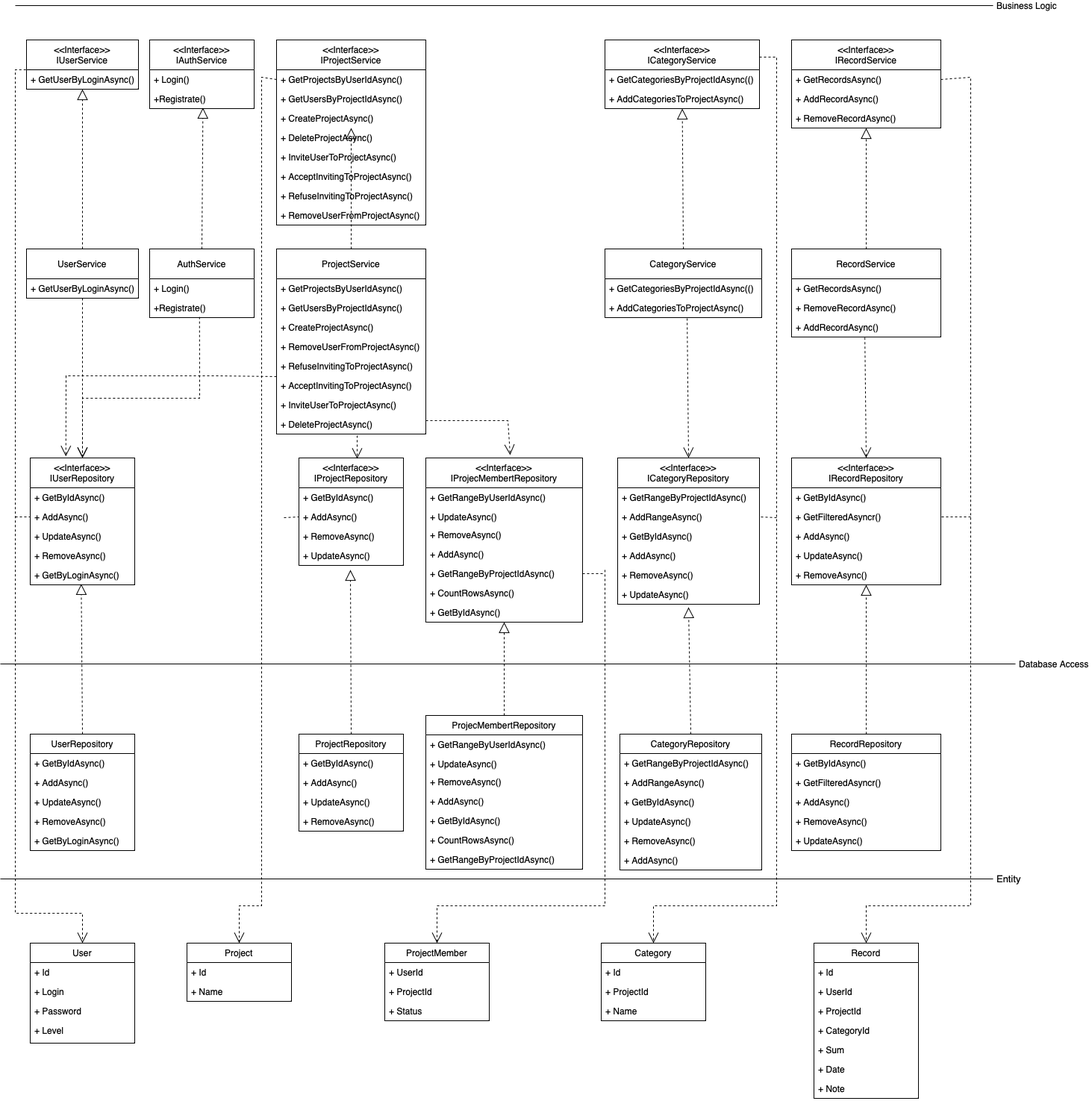
anorien03/bmstu-iu7-ppo keeps this draw.io diagram as docs/img/uml_diag.drawio.png. Above is the earlier version. Source tidied: cells renumbered, new cells last; positions are measured from the earlier drawing's top-left corner, leaving out a move shared by most shapes.
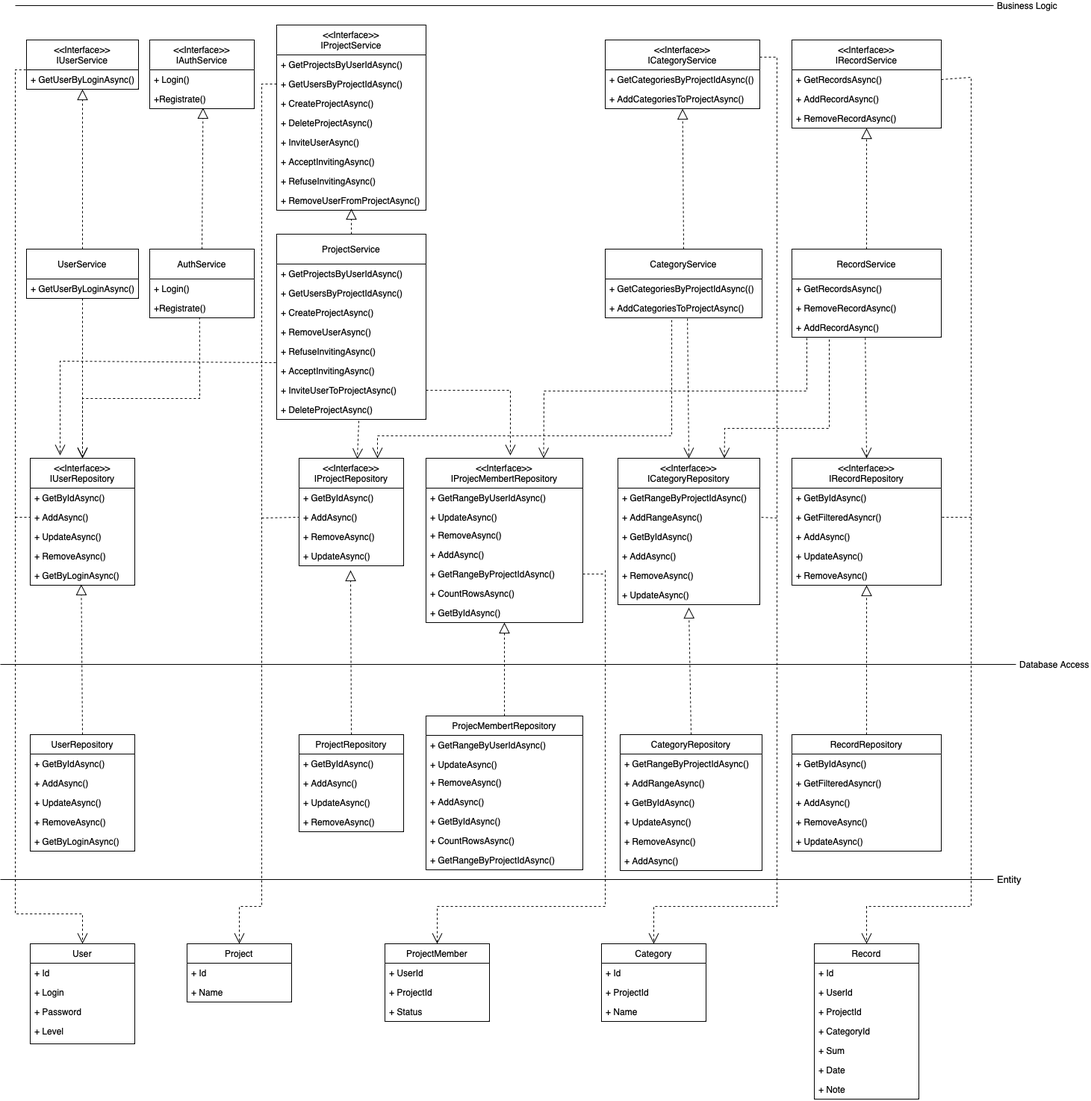
After the commit.

Commit message:
Изменение uml диаграммы

The edit, as a diff of the source:
```diff
@@ -273,7 +273,7 @@
       <mxGeometry y="40" width="150" height="26" as="geometry" />
     </mxCell>
     <mxCell id="92" value="&amp;lt;&amp;lt;Interface&amp;gt;&amp;gt;&lt;div&gt;IProjectService&lt;/div&gt;" style="swimlane;fontStyle=0;horizontal=1;startSize=40;fillColor=none;whiteSpace=wrap;html=1;" parent="1" vertex="1">
-      <mxGeometry x="370" y="50" width="200" height="248" as="geometry" />
+      <mxGeometry x="370" y="30" width="200" height="248" as="geometry" />
     </mxCell>
     <mxCell id="93" value="+ GetProjectsByUserIdAsync()" style="text;strokeColor=none;fillColor=none;align=left;verticalAlign=top;spacingLeft=4;spacingRight=4;overflow=hidden;points=[[0,0.5],[1,0.5]];portConstraint=eastwest;whiteSpace=wrap;html=1;" parent="92" vertex="1">
       <mxGeometry y="40" width="200" height="26" as="geometry" />
@@ -287,13 +287,13 @@
     <mxCell id="96" value="+ DeleteProjectAsync()&lt;div&gt;&lt;br&gt;&lt;/div&gt;" style="text;strokeColor=none;fillColor=none;align=left;verticalAlign=top;spacingLeft=4;spacingRight=4;overflow=hidden;whiteSpace=wrap;html=1;" parent="92" vertex="1">
       <mxGeometry y="118" width="200" height="26" as="geometry" />
     </mxCell>
-    <mxCell id="97" value="+ InviteUserToProjectAsync()" style="text;strokeColor=none;fillColor=none;align=left;verticalAlign=top;spacingLeft=4;spacingRight=4;overflow=hidden;whiteSpace=wrap;html=1;" parent="92" vertex="1">
+    <mxCell id="97" value="+ InviteUserAsync()" style="text;strokeColor=none;fillColor=none;align=left;verticalAlign=top;spacingLeft=4;spacingRight=4;overflow=hidden;whiteSpace=wrap;html=1;" parent="92" vertex="1">
       <mxGeometry y="144" width="200" height="26" as="geometry" />
     </mxCell>
-    <mxCell id="98" value="+ AcceptInvitingToProjectAsync()" style="text;strokeColor=none;fillColor=none;align=left;verticalAlign=top;spacingLeft=4;spacingRight=4;overflow=hidden;whiteSpace=wrap;html=1;" parent="92" vertex="1">
+    <mxCell id="98" value="+ AcceptInvitingAsync()" style="text;strokeColor=none;fillColor=none;align=left;verticalAlign=top;spacingLeft=4;spacingRight=4;overflow=hidden;whiteSpace=wrap;html=1;" parent="92" vertex="1">
       <mxGeometry y="170" width="200" height="26" as="geometry" />
     </mxCell>
-    <mxCell id="99" value="+ RefuseInvitingToProjectAsync()" style="text;strokeColor=none;fillColor=none;align=left;verticalAlign=top;spacingLeft=4;spacingRight=4;overflow=hidden;whiteSpace=wrap;html=1;" parent="92" vertex="1">
+    <mxCell id="99" value="+ RefuseInvitingAsync()" style="text;strokeColor=none;fillColor=none;align=left;verticalAlign=top;spacingLeft=4;spacingRight=4;overflow=hidden;whiteSpace=wrap;html=1;" parent="92" vertex="1">
       <mxGeometry y="196" width="200" height="26" as="geometry" />
     </mxCell>
     <mxCell id="100" value="+ RemoveUserFromProjectAsync()" style="text;strokeColor=none;fillColor=none;align=left;verticalAlign=top;spacingLeft=4;spacingRight=4;overflow=hidden;points=[[0,0.5],[1,0.5]];portConstraint=eastwest;whiteSpace=wrap;html=1;" parent="92" vertex="1">
@@ -336,7 +336,7 @@
       <mxGeometry y="40" width="150" height="26" as="geometry" />
     </mxCell>
     <mxCell id="113" value="ProjectService" style="swimlane;fontStyle=0;horizontal=1;startSize=40;fillColor=none;whiteSpace=wrap;html=1;" parent="1" vertex="1">
-      <mxGeometry x="370" y="330" width="200" height="248" as="geometry" />
+      <mxGeometry x="370" y="310" width="200" height="248" as="geometry" />
     </mxCell>
     <mxCell id="114" value="+ GetProjectsByUserIdAsync()" style="text;strokeColor=none;fillColor=none;align=left;verticalAlign=top;spacingLeft=4;spacingRight=4;overflow=hidden;whiteSpace=wrap;html=1;" parent="113" vertex="1">
       <mxGeometry y="40" width="200" height="26" as="geometry" />
@@ -347,13 +347,13 @@
     <mxCell id="116" value="+ CreateProjectAsync()&lt;div&gt;&lt;br&gt;&lt;/div&gt;" style="text;strokeColor=none;fillColor=none;align=left;verticalAlign=top;spacingLeft=4;spacingRight=4;overflow=hidden;whiteSpace=wrap;html=1;" parent="113" vertex="1">
       <mxGeometry y="92" width="200" height="26" as="geometry" />
     </mxCell>
-    <mxCell id="117" value="+ RemoveUserFromProjectAsync()" style="text;strokeColor=none;fillColor=none;align=left;verticalAlign=top;spacingLeft=4;spacingRight=4;overflow=hidden;whiteSpace=wrap;html=1;" parent="113" vertex="1">
+    <mxCell id="117" value="+ RemoveUserAsync()" style="text;strokeColor=none;fillColor=none;align=left;verticalAlign=top;spacingLeft=4;spacingRight=4;overflow=hidden;whiteSpace=wrap;html=1;" parent="113" vertex="1">
       <mxGeometry y="118" width="200" height="26" as="geometry" />
     </mxCell>
-    <mxCell id="118" value="+ RefuseInvitingToProjectAsync()" style="text;strokeColor=none;fillColor=none;align=left;verticalAlign=top;spacingLeft=4;spacingRight=4;overflow=hidden;points=[[0,0.5],[1,0.5]];portConstraint=eastwest;whiteSpace=wrap;html=1;" parent="113" vertex="1">
+    <mxCell id="118" value="+ RefuseInvitingAsync()" style="text;strokeColor=none;fillColor=none;align=left;verticalAlign=top;spacingLeft=4;spacingRight=4;overflow=hidden;points=[[0,0.5],[1,0.5]];portConstraint=eastwest;whiteSpace=wrap;html=1;" parent="113" vertex="1">
       <mxGeometry y="144" width="200" height="26" as="geometry" />
     </mxCell>
-    <mxCell id="119" value="+ AcceptInvitingToProjectAsync()" style="text;strokeColor=none;fillColor=none;align=left;verticalAlign=top;spacingLeft=4;spacingRight=4;overflow=hidden;points=[[0,0.5],[1,0.5]];portConstraint=eastwest;whiteSpace=wrap;html=1;" parent="113" vertex="1">
+    <mxCell id="119" value="+ AcceptInvitingAsync()" style="text;strokeColor=none;fillColor=none;align=left;verticalAlign=top;spacingLeft=4;spacingRight=4;overflow=hidden;points=[[0,0.5],[1,0.5]];portConstraint=eastwest;whiteSpace=wrap;html=1;" parent="113" vertex="1">
       <mxGeometry y="170" width="200" height="26" as="geometry" />
     </mxCell>
     <mxCell id="120" value="+ InviteUserToProjectAsync()" style="text;strokeColor=none;fillColor=none;align=left;verticalAlign=top;spacingLeft=4;spacingRight=4;overflow=hidden;points=[[0,0.5],[1,0.5]];portConstraint=eastwest;whiteSpace=wrap;html=1;" parent="113" vertex="1">
@@ -419,7 +419,7 @@
     <mxCell id="138" style="endArrow=block;dashed=1;endFill=0;endSize=12;html=1;rounded=0;exitX=0.5;exitY=0;exitDx=0;exitDy=0;" parent="1" edge="1" source="122" target="103">
       <mxGeometry relative="1" as="geometry" />
     </mxCell>
-    <mxCell id="139" style="endArrow=block;dashed=1;endFill=0;endSize=12;html=1;rounded=0;exitX=0.5;exitY=0;exitDx=0;exitDy=0;" parent="1" edge="1" source="113" target="95">
+    <mxCell id="139" style="endArrow=block;dashed=1;endFill=0;endSize=12;html=1;rounded=0;exitX=0.5;exitY=0;exitDx=0;exitDy=0;entryX=0.5;entryY=0.923;entryDx=0;entryDy=0;entryPerimeter=0;" parent="1" edge="1" source="113" target="100">
       <mxGeometry relative="1" as="geometry" />
     </mxCell>
     <mxCell id="140" style="endArrow=block;dashed=1;endFill=0;endSize=12;html=1;rounded=0;exitX=0.5;exitY=0;exitDx=0;exitDy=0;entryX=0.51;entryY=0.955;entryDx=0;entryDy=0;entryPerimeter=0;" parent="1" edge="1" source="129" target="110">
@@ -441,22 +441,21 @@
     </mxCell>
     <mxCell id="144" style="endArrow=open;endSize=12;dashed=1;html=1;rounded=0;entryX=0.557;entryY=0.007;entryDx=0;entryDy=0;entryPerimeter=0;" parent="1" edge="1" target="64">
       <mxGeometry relative="1" as="geometry">
-        <mxPoint x="478" y="580" as="sourcePoint" />
+        <mxPoint x="480" y="560" as="sourcePoint" />
       </mxGeometry>
     </mxCell>
-    <mxCell id="145" style="endArrow=open;endSize=12;dashed=1;html=1;rounded=0;entryX=0.341;entryY=-0.013;entryDx=0;entryDy=0;entryPerimeter=0;exitX=0;exitY=1.038;exitDx=0;exitDy=0;exitPerimeter=0;" parent="1" edge="1" source="118" target="58">
+    <mxCell id="145" style="endArrow=open;endSize=12;dashed=1;html=1;rounded=0;exitX=-0.005;exitY=0.077;exitDx=0;exitDy=0;exitPerimeter=0;" parent="1" edge="1" source="119">
       <mxGeometry relative="1" as="geometry">
+        <mxPoint x="80" y="606" as="targetPoint" />
         <Array as="points">
-          <mxPoint x="290" y="500" />
-          <mxPoint x="88" y="500" />
+          <mxPoint x="80" y="480" />
         </Array>
       </mxGeometry>
     </mxCell>
-    <mxCell id="146" style="endArrow=open;endSize=12;dashed=1;html=1;rounded=0;entryX=0.538;entryY=-0.018;entryDx=0;entryDy=0;entryPerimeter=0;" parent="1" edge="1" target="69">
+    <mxCell id="146" style="endArrow=open;endSize=12;dashed=1;html=1;rounded=0;entryX=0.538;entryY=-0.018;entryDx=0;entryDy=0;entryPerimeter=0;exitX=1;exitY=0.5;exitDx=0;exitDy=0;" parent="1" edge="1" source="120" target="69">
       <mxGeometry relative="1" as="geometry">
-        <mxPoint x="570" y="560" as="sourcePoint" />
         <Array as="points">
-          <mxPoint x="680" y="560" />
+          <mxPoint x="683" y="519" />
         </Array>
       </mxGeometry>
     </mxCell>
@@ -480,10 +479,10 @@
         </Array>
       </mxGeometry>
     </mxCell>
-    <mxCell id="150" style="endArrow=open;endSize=12;dashed=1;html=1;rounded=0;exitX=0;exitY=0.5;exitDx=0;exitDy=0;entryX=0.5;entryY=0;entryDx=0;entryDy=0;" parent="1" edge="1" source="93" target="7">
+    <mxCell id="150" style="endArrow=open;endSize=12;dashed=1;html=1;rounded=0;exitX=0;exitY=0.5;exitDx=0;exitDy=0;entryX=0.5;entryY=0;entryDx=0;entryDy=0;" parent="1" edge="1" source="94" target="7">
       <mxGeometry relative="1" as="geometry">
         <Array as="points">
-          <mxPoint x="350" y="100" />
+          <mxPoint x="350" y="109" />
           <mxPoint x="350" y="1210" />
           <mxPoint x="320" y="1210" />
         </Array>
@@ -534,7 +533,7 @@
     </mxCell>
     <mxCell id="157" style="endArrow=none;dashed=1;html=1;rounded=0;entryX=0;entryY=0.5;entryDx=0;entryDy=0;" parent="1" edge="1">
       <mxGeometry relative="1" as="geometry">
-        <mxPoint x="380" y="690" as="sourcePoint" />
+        <mxPoint x="350" y="690" as="sourcePoint" />
         <mxPoint x="400" y="689" as="targetPoint" />
       </mxGeometry>
     </mxCell>
@@ -552,5 +551,29 @@
     <mxCell id="161" value="Business Logic" style="line;strokeWidth=1;fillColor=none;align=left;verticalAlign=middle;spacingTop=-1;spacingLeft=3;spacingRight=3;labelPosition=right;strokeColor=inherit;" parent="1" vertex="1">
       <mxGeometry x="20" width="1310" height="8" as="geometry" />
     </mxCell>
+    <mxCell id="162" style="endArrow=open;endSize=12;dashed=1;html=1;rounded=0;entryX=0.75;entryY=0;entryDx=0;entryDy=0;exitX=0.424;exitY=1.115;exitDx=0;exitDy=0;exitPerimeter=0;" parent="1" edge="1" source="124" target="64">
+      <mxGeometry relative="1" as="geometry">
+        <Array as="points">
+          <mxPoint x="899" y="580" />
+          <mxPoint x="505" y="580" />
+        </Array>
+      </mxGeometry>
+    </mxCell>
+    <mxCell id="163" style="endArrow=open;endSize=12;dashed=1;html=1;rounded=0;exitX=0.25;exitY=1.115;exitDx=0;exitDy=0;exitPerimeter=0;entryX=0.75;entryY=0;entryDx=0;entryDy=0;" parent="1" edge="1" source="128" target="77">
+      <mxGeometry relative="1" as="geometry">
+        <Array as="points">
+          <mxPoint x="1110" y="570" />
+          <mxPoint x="970" y="570" />
+        </Array>
+      </mxGeometry>
+    </mxCell>
+    <mxCell id="164" style="endArrow=open;endSize=12;dashed=1;html=1;rounded=0;exitX=0.1;exitY=1.038;exitDx=0;exitDy=0;exitPerimeter=0;entryX=0.75;entryY=0;entryDx=0;entryDy=0;" parent="1" edge="1" source="128" target="69">
+      <mxGeometry relative="1" as="geometry">
+        <Array as="points">
+          <mxPoint x="1080" y="520" />
+          <mxPoint x="728" y="520" />
+        </Array>
+      </mxGeometry>
+    </mxCell>
   </root>
 </mxGraphModel>
```
